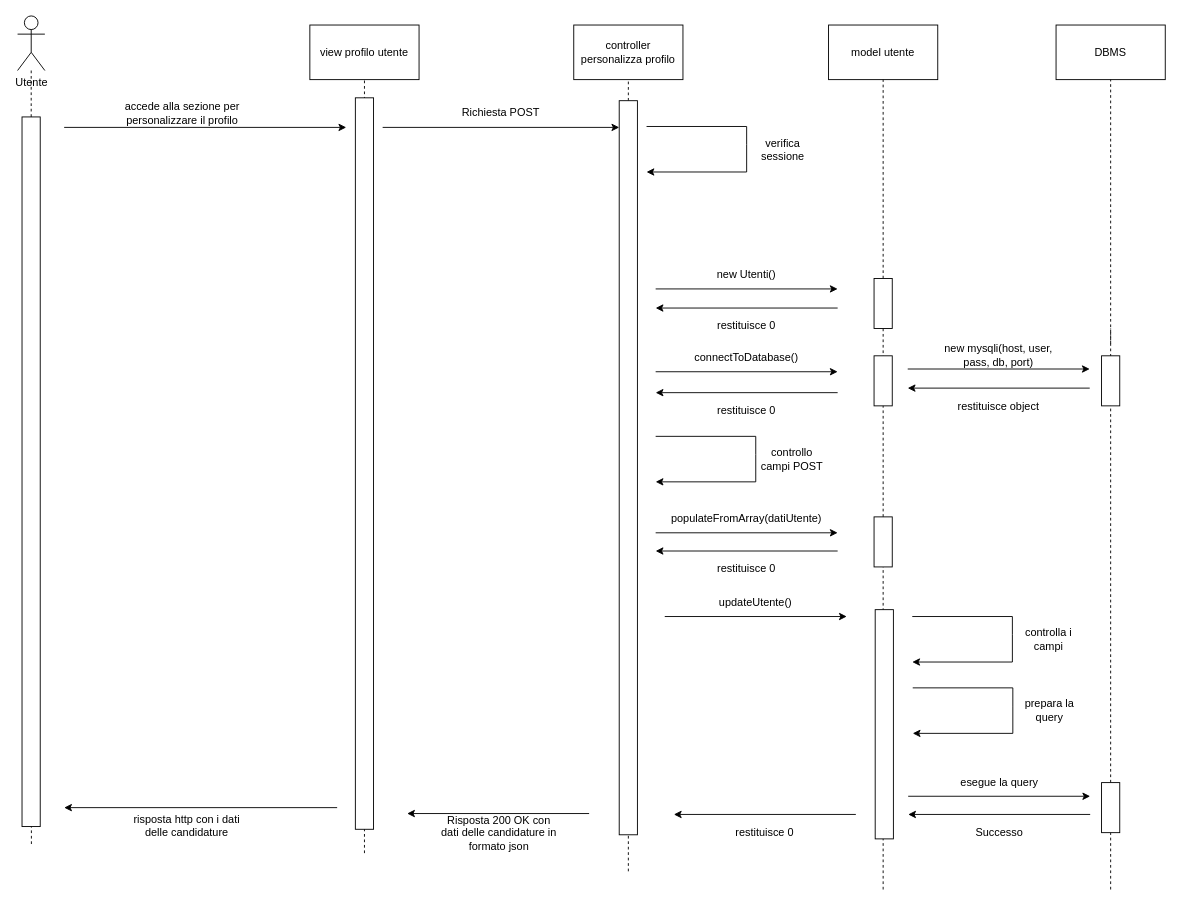
Mute491/bitByte keeps this draw.io diagram as schemi/user/personalizza profilo.drawio. Above is the earlier version. Source tidied: cells renumbered, new cells numbered last; positions are measured from the earlier drawing's top-left corner, leaving out a move shared by most shapes. Both pictures are drawn from the tidied source at 91%, with x=0, y=0 at pixel (-324, 15).
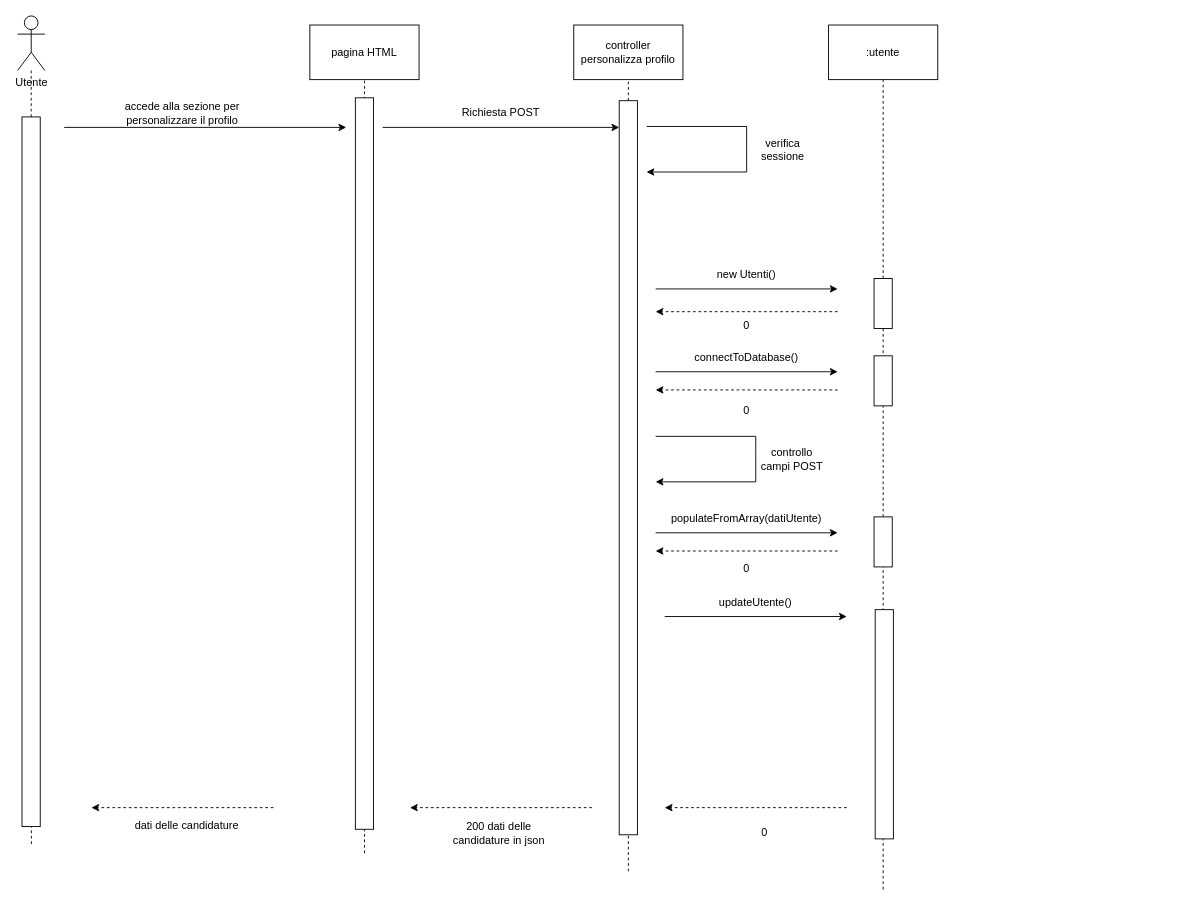
The same diagram, later.

Diff of the diagram source:
```diff
@@
-    <mxCell id="6" value="model utente" style="rounded=0;whiteSpace=wrap;html=1;" parent="1" vertex="1">
+    <mxCell id="6" value="&lt;div&gt;&lt;span style=&quot;background-color: transparent; color: light-dark(rgb(0, 0, 0), rgb(255, 255, 255));&quot;&gt;:utente&lt;/span&gt;&lt;br&gt;&lt;/div&gt;" style="rounded=0;whiteSpace=wrap;html=1;" parent="1" vertex="1">
       <mxGeometry x="1266" y="10" width="120" height="60" as="geometry" />
     </mxCell>
@@
-    <mxCell id="12" style="endArrow=classic;html=1;rounded=0;" parent="1" edge="1">
-      <mxGeometry relative="1" as="geometry">
-        <mxPoint x="1276" y="321" as="sourcePoint" />
-        <mxPoint x="1076" y="321" as="targetPoint" />
-      </mxGeometry>
-    </mxCell>
-    <mxCell id="13" value="restituisce 0" style="text;html=1;align=center;verticalAlign=middle;whiteSpace=wrap;rounded=0;" parent="1" vertex="1">
+    <mxCell id="13" value="0" style="text;html=1;align=center;verticalAlign=middle;whiteSpace=wrap;rounded=0;" parent="1" vertex="1">
       <mxGeometry x="1106" y="326" width="140" height="30" as="geometry" />
     </mxCell>
@@
-    <mxCell id="18" style="endArrow=classic;html=1;rounded=0;" parent="1" edge="1">
-      <mxGeometry relative="1" as="geometry">
-        <mxPoint x="1276" y="414" as="sourcePoint" />
-        <mxPoint x="1076" y="414" as="targetPoint" />
-      </mxGeometry>
-    </mxCell>
-    <mxCell id="19" value="restituisce 0" style="text;html=1;align=center;verticalAlign=middle;whiteSpace=wrap;rounded=0;" parent="1" vertex="1">
+    <mxCell id="19" value="0" style="text;html=1;align=center;verticalAlign=middle;whiteSpace=wrap;rounded=0;" parent="1" vertex="1">
       <mxGeometry x="1106" y="419" width="140" height="30" as="geometry" />
     </mxCell>
@@
-    <mxCell id="23" value="view profilo utente" style="rounded=0;whiteSpace=wrap;html=1;" parent="1" vertex="1">
+    <mxCell id="23" value="pagina HTML" style="rounded=0;whiteSpace=wrap;html=1;" parent="1" vertex="1">
       <mxGeometry x="696" y="10" width="120" height="60" as="geometry" />
     </mxCell>
@@
-    <mxCell id="25" style="endArrow=classic;html=1;rounded=0;" parent="1" edge="1">
-      <mxGeometry relative="1" as="geometry">
-        <mxPoint x="1002.9" y="876.5" as="sourcePoint" />
-        <mxPoint x="802.9" y="876.5" as="targetPoint" />
-      </mxGeometry>
-    </mxCell>
-    <mxCell id="26" value="Risposta 200 OK con dati delle candidature in formato json" style="text;html=1;align=center;verticalAlign=middle;whiteSpace=wrap;rounded=0;" parent="1" vertex="1">
+    <mxCell id="26" value="200 dati delle candidature in json" style="text;html=1;align=center;verticalAlign=middle;whiteSpace=wrap;rounded=0;" parent="1" vertex="1">
       <mxGeometry x="839.1" y="882.5" width="130" height="30" as="geometry" />
     </mxCell>
@@
-    <mxCell id="31" style="endArrow=classic;html=1;rounded=0;" parent="1" edge="1">
-      <mxGeometry relative="1" as="geometry">
-        <mxPoint x="726" y="870" as="sourcePoint" />
-        <mxPoint x="426" y="870" as="targetPoint" />
-      </mxGeometry>
-    </mxCell>
-    <mxCell id="32" value="risposta http con i dati delle candidature" style="text;html=1;align=center;verticalAlign=middle;whiteSpace=wrap;rounded=0;" parent="1" vertex="1">
+    <mxCell id="32" value="dati delle candidature" style="text;html=1;align=center;verticalAlign=middle;whiteSpace=wrap;rounded=0;" parent="1" vertex="1">
       <mxGeometry x="496" y="875" width="130" height="30" as="geometry" />
     </mxCell>
@@
-    <mxCell id="38" value="DBMS" style="rounded=0;whiteSpace=wrap;html=1;" parent="1" vertex="1">
-      <mxGeometry x="1516" y="10" width="120" height="60" as="geometry" />
-    </mxCell>
-    <mxCell id="39" style="endArrow=none;dashed=1;html=1;rounded=0;entryX=0.5;entryY=1;entryDx=0;entryDy=0;" parent="1" edge="1" target="38">
-      <mxGeometry relative="1" as="geometry">
-        <mxPoint x="1576" y="360" as="sourcePoint" />
-      </mxGeometry>
-    </mxCell>
-    <mxCell id="40" style="endArrow=none;dashed=1;html=1;rounded=0;" parent="1" edge="1" source="58">
-      <mxGeometry relative="1" as="geometry">
-        <mxPoint x="1576" y="343.5" as="targetPoint" />
-      </mxGeometry>
-    </mxCell>
-    <mxCell id="41" style="rounded=0;whiteSpace=wrap;html=1;rotation=90;" parent="1" vertex="1">
-      <mxGeometry x="1548.5" y="391" width="55" height="20" as="geometry" />
-    </mxCell>
-    <mxCell id="42" style="endArrow=classic;html=1;rounded=0;" parent="1" edge="1">
-      <mxGeometry relative="1" as="geometry">
-        <mxPoint x="1353" y="388" as="sourcePoint" />
-        <mxPoint x="1553" y="388" as="targetPoint" />
-      </mxGeometry>
-    </mxCell>
-    <mxCell id="43" value="new mysqli(host, user, pass, db, port)" style="text;html=1;align=center;verticalAlign=middle;whiteSpace=wrap;rounded=0;" parent="1" vertex="1">
-      <mxGeometry x="1383" y="358" width="140" height="30" as="geometry" />
-    </mxCell>
-    <mxCell id="44" style="endArrow=classic;html=1;rounded=0;" parent="1" edge="1">
-      <mxGeometry relative="1" as="geometry">
-        <mxPoint x="1553" y="409" as="sourcePoint" />
-        <mxPoint x="1353" y="409" as="targetPoint" />
-      </mxGeometry>
-    </mxCell>
-    <mxCell id="45" value="restituisce object" style="text;html=1;align=center;verticalAlign=middle;whiteSpace=wrap;rounded=0;" parent="1" vertex="1">
-      <mxGeometry x="1383" y="414" width="140" height="30" as="geometry" />
-    </mxCell>
@@
-    <mxCell id="50" style="endArrow=classic;html=1;rounded=0;" parent="1" edge="1">
-      <mxGeometry relative="1" as="geometry">
-        <mxPoint x="1276" y="588" as="sourcePoint" />
-        <mxPoint x="1076" y="588" as="targetPoint" />
-      </mxGeometry>
-    </mxCell>
-    <mxCell id="51" value="restituisce 0" style="text;html=1;align=center;verticalAlign=middle;whiteSpace=wrap;rounded=0;" parent="1" vertex="1">
+    <mxCell id="51" value="0" style="text;html=1;align=center;verticalAlign=middle;whiteSpace=wrap;rounded=0;" parent="1" vertex="1">
       <mxGeometry x="1106" y="593" width="140" height="30" as="geometry" />
     </mxCell>
@@
-    <mxCell id="55" style="endArrow=classic;html=1;rounded=0;" parent="1" edge="1">
-      <mxGeometry relative="1" as="geometry">
-        <mxPoint x="1296" y="877.5" as="sourcePoint" />
-        <mxPoint x="1096" y="877.5" as="targetPoint" />
-      </mxGeometry>
-    </mxCell>
-    <mxCell id="56" value="restituisce 0" style="text;html=1;align=center;verticalAlign=middle;whiteSpace=wrap;rounded=0;" parent="1" vertex="1">
+    <mxCell id="56" value="0" style="text;html=1;align=center;verticalAlign=middle;whiteSpace=wrap;rounded=0;" parent="1" vertex="1">
       <mxGeometry x="1126" y="882.5" width="140" height="30" as="geometry" />
     </mxCell>
-    <mxCell id="57" style="endArrow=none;dashed=1;html=1;rounded=0;" parent="1" edge="1" target="58">
-      <mxGeometry relative="1" as="geometry">
-        <mxPoint x="1576" y="960" as="sourcePoint" />
-      </mxGeometry>
-    </mxCell>
-    <mxCell id="58" style="rounded=0;whiteSpace=wrap;html=1;rotation=90;" parent="1" vertex="1">
-      <mxGeometry x="1548.5" y="860" width="55" height="20" as="geometry" />
-    </mxCell>
-    <mxCell id="59" style="endArrow=classic;html=1;rounded=0;" parent="1" edge="1">
-      <mxGeometry relative="1" as="geometry">
-        <mxPoint x="1358" y="660" as="sourcePoint" />
-        <mxPoint x="1358" y="710" as="targetPoint" />
-        <Array as="points">
-          <mxPoint x="1468" y="660" />
-          <mxPoint x="1468" y="680" />
-          <mxPoint x="1468" y="710" />
-        </Array>
-      </mxGeometry>
-    </mxCell>
-    <mxCell id="60" value="controlla i campi" style="text;html=1;align=center;verticalAlign=middle;whiteSpace=wrap;rounded=0;" parent="1" vertex="1">
-      <mxGeometry x="1468" y="670" width="80" height="30" as="geometry" />
-    </mxCell>
-    <mxCell id="61" style="endArrow=classic;html=1;rounded=0;" parent="1" edge="1">
-      <mxGeometry relative="1" as="geometry">
-        <mxPoint x="1358.5" y="738.4" as="sourcePoint" />
-        <mxPoint x="1358.5" y="788.4" as="targetPoint" />
-        <Array as="points">
-          <mxPoint x="1468.5" y="738.4" />
-          <mxPoint x="1468.5" y="758.4" />
-          <mxPoint x="1468.5" y="788.4" />
-        </Array>
-      </mxGeometry>
-    </mxCell>
-    <mxCell id="62" value="prepara la query" style="text;html=1;align=center;verticalAlign=middle;whiteSpace=wrap;rounded=0;" parent="1" vertex="1">
-      <mxGeometry x="1468.5" y="748.4" width="80" height="30" as="geometry" />
-    </mxCell>
-    <mxCell id="63" style="endArrow=classic;html=1;rounded=0;" parent="1" edge="1">
-      <mxGeometry relative="1" as="geometry">
-        <mxPoint x="1353.5" y="857.5" as="sourcePoint" />
-        <mxPoint x="1553.5" y="857.5" as="targetPoint" />
-      </mxGeometry>
-    </mxCell>
-    <mxCell id="64" value="esegue la query" style="text;html=1;align=center;verticalAlign=middle;whiteSpace=wrap;rounded=0;" parent="1" vertex="1">
-      <mxGeometry x="1383.5" y="827.5" width="140" height="30" as="geometry" />
-    </mxCell>
-    <mxCell id="65" style="endArrow=classic;html=1;rounded=0;" parent="1" edge="1">
-      <mxGeometry relative="1" as="geometry">
-        <mxPoint x="1553.5" y="877.5" as="sourcePoint" />
-        <mxPoint x="1353.5" y="877.5" as="targetPoint" />
-      </mxGeometry>
-    </mxCell>
-    <mxCell id="66" value="Successo" style="text;html=1;align=center;verticalAlign=middle;whiteSpace=wrap;rounded=0;" parent="1" vertex="1">
-      <mxGeometry x="1383.5" y="882.5" width="140" height="30" as="geometry" />
-    </mxCell>
+    <mxCell id="67" style="html=1;labelBackgroundColor=#ffffff;startArrow=none;startFill=0;startSize=6;endArrow=classic;endFill=1;endSize=6;jettySize=auto;orthogonalLoop=1;strokeWidth=1;dashed=1;fontSize=14;rounded=0;" parent="1" edge="1">
+      <mxGeometry relative="1" as="geometry">
+        <mxPoint x="1006" y="870" as="sourcePoint" />
+        <mxPoint x="806" y="870" as="targetPoint" />
+      </mxGeometry>
+    </mxCell>
+    <mxCell id="68" style="html=1;labelBackgroundColor=#ffffff;startArrow=none;startFill=0;startSize=6;endArrow=classic;endFill=1;endSize=6;jettySize=auto;orthogonalLoop=1;strokeWidth=1;dashed=1;fontSize=14;rounded=0;" parent="1" edge="1">
+      <mxGeometry relative="1" as="geometry">
+        <mxPoint x="1286" y="870" as="sourcePoint" />
+        <mxPoint x="1086" y="870" as="targetPoint" />
+      </mxGeometry>
+    </mxCell>
+    <mxCell id="69" style="html=1;labelBackgroundColor=#ffffff;startArrow=none;startFill=0;startSize=6;endArrow=classic;endFill=1;endSize=6;jettySize=auto;orthogonalLoop=1;strokeWidth=1;dashed=1;fontSize=14;rounded=0;" parent="1" edge="1">
+      <mxGeometry relative="1" as="geometry">
+        <mxPoint x="1276" y="588" as="sourcePoint" />
+        <mxPoint x="1076" y="588" as="targetPoint" />
+      </mxGeometry>
+    </mxCell>
+    <mxCell id="70" style="html=1;labelBackgroundColor=#ffffff;startArrow=none;startFill=0;startSize=6;endArrow=classic;endFill=1;endSize=6;jettySize=auto;orthogonalLoop=1;strokeWidth=1;dashed=1;fontSize=14;rounded=0;" parent="1" edge="1">
+      <mxGeometry relative="1" as="geometry">
+        <mxPoint x="1276" y="411" as="sourcePoint" />
+        <mxPoint x="1076" y="411" as="targetPoint" />
+      </mxGeometry>
+    </mxCell>
+    <mxCell id="71" style="html=1;labelBackgroundColor=#ffffff;startArrow=none;startFill=0;startSize=6;endArrow=classic;endFill=1;endSize=6;jettySize=auto;orthogonalLoop=1;strokeWidth=1;dashed=1;fontSize=14;rounded=0;" parent="1" edge="1">
+      <mxGeometry relative="1" as="geometry">
+        <mxPoint x="1276" y="325" as="sourcePoint" />
+        <mxPoint x="1076" y="325" as="targetPoint" />
+      </mxGeometry>
+    </mxCell>
+    <mxCell id="72" style="html=1;labelBackgroundColor=#ffffff;startArrow=none;startFill=0;startSize=6;endArrow=classic;endFill=1;endSize=6;jettySize=auto;orthogonalLoop=1;strokeWidth=1;dashed=1;fontSize=14;rounded=0;" parent="1" edge="1">
+      <mxGeometry relative="1" as="geometry">
+        <mxPoint x="656" y="870" as="sourcePoint" />
+        <mxPoint x="456" y="870" as="targetPoint" />
+      </mxGeometry>
+    </mxCell>
```
